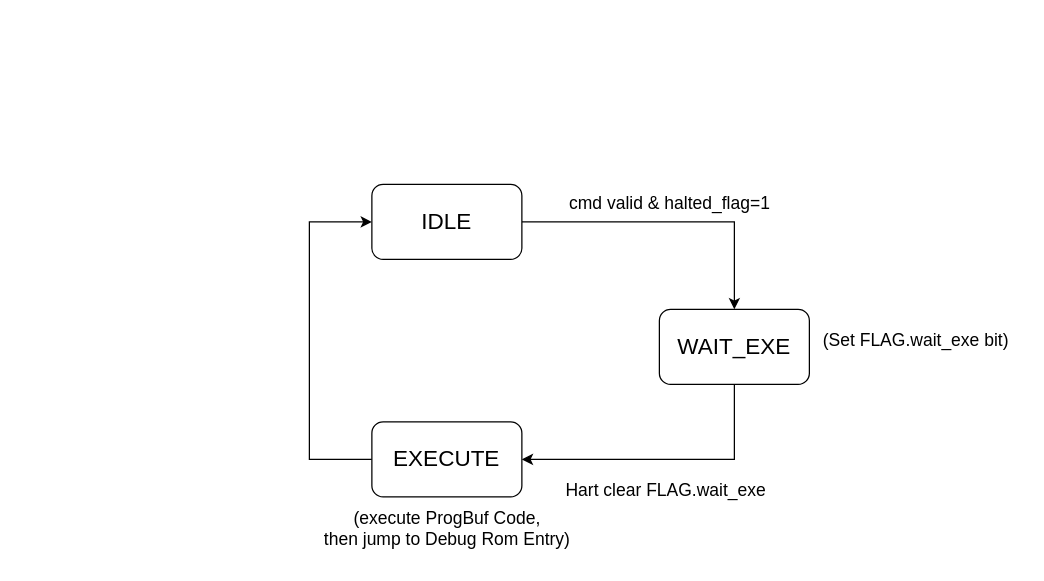
blin123/hdl keeps this draw.io diagram as 未命名绘图.drawio. Above is the earlier version. Source tidied: cells renumbered, new cells numbered last; positions are measured from the earlier drawing's top-left corner, leaving out a move shared by most shapes. Both pictures are drawn from the tidied source at 125%, with x=0, y=0 at pixel (309, 184).
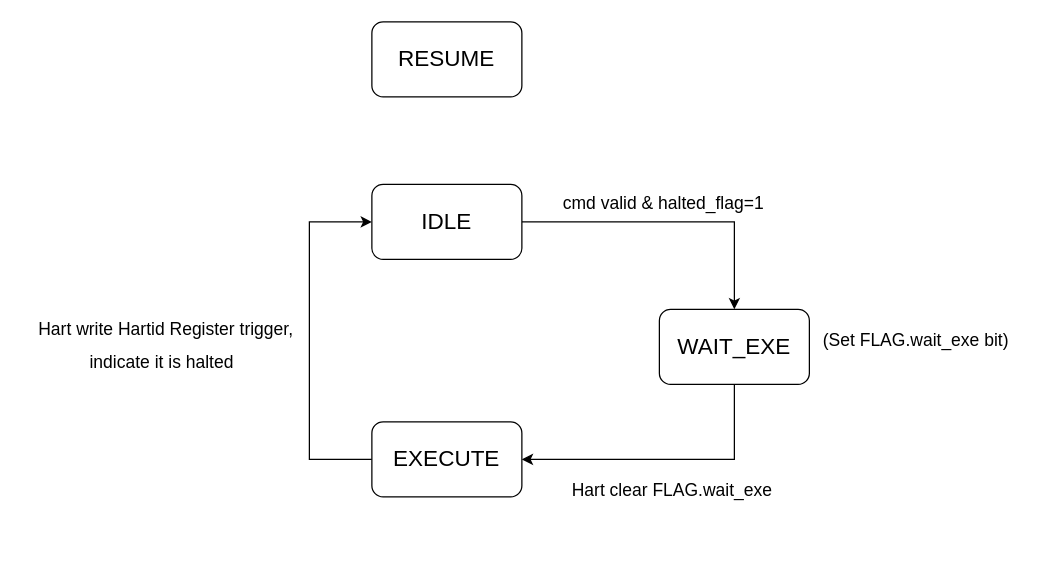
The same diagram, later.

Commit message (it also covers changes not shown here):
更新未命名绘图.drawio

Diff of the diagram source:
```diff
@@
 <mxGraphModel>
   <root>
     <mxCell id="0" />
     <mxCell id="1" parent="0" />
     <mxCell id="2" style="edgeStyle=orthogonalEdgeStyle;rounded=0;jettySize=auto;html=1;exitX=1;exitY=0.5;exitDx=0;exitDy=0;entryX=0.5;entryY=0;entryDx=0;entryDy=0;" parent="1" edge="1" source="3" target="5">
       <mxGeometry relative="1" as="geometry" />
     </mxCell>
     <mxCell id="3" value="&lt;font style=&quot;font-size: 18px;&quot;&gt;IDLE&lt;/font&gt;" style="rounded=1;whiteSpace=wrap;html=1;" parent="1" vertex="1">
       <mxGeometry x="50" width="120" height="60" as="geometry" />
     </mxCell>
     <mxCell id="4" style="edgeStyle=orthogonalEdgeStyle;rounded=0;jettySize=auto;html=1;entryX=1;entryY=0.5;entryDx=0;entryDy=0;" parent="1" edge="1" source="5" target="8">
       <mxGeometry relative="1" as="geometry">
         <Array as="points">
           <mxPoint x="340" y="220" />
         </Array>
       </mxGeometry>
     </mxCell>
     <mxCell id="5" value="&lt;font style=&quot;font-size: 18px;&quot;&gt;WAIT_EXE&lt;/font&gt;" style="rounded=1;whiteSpace=wrap;html=1;" parent="1" vertex="1">
       <mxGeometry x="280" y="100" width="120" height="60" as="geometry" />
     </mxCell>
     <mxCell id="6" value="&lt;font style=&quot;font-size: 14px;&quot;&gt;cmd valid &amp;amp; halted_flag=1&amp;nbsp;&lt;/font&gt;" style="text;html=1;align=center;verticalAlign=middle;strokeColor=none;fillColor=none;" parent="1" vertex="1">
-      <mxGeometry x="195" width="190" height="30" as="geometry" />
+      <mxGeometry x="190" width="190" height="30" as="geometry" />
     </mxCell>
     <mxCell id="7" style="edgeStyle=orthogonalEdgeStyle;rounded=0;jettySize=auto;html=1;exitX=0;exitY=0.5;exitDx=0;exitDy=0;entryX=0;entryY=0.5;entryDx=0;entryDy=0;" parent="1" edge="1" source="8" target="3">
       <mxGeometry relative="1" as="geometry">
         <Array as="points">
           <mxPoint y="220" />
           <mxPoint y="30" />
         </Array>
       </mxGeometry>
     </mxCell>
     <mxCell id="8" value="&lt;span style=&quot;font-size: 18px;&quot;&gt;EXECUTE&lt;/span&gt;" style="rounded=1;whiteSpace=wrap;html=1;" parent="1" vertex="1">
       <mxGeometry x="50" y="190" width="120" height="60" as="geometry" />
     </mxCell>
     <mxCell id="9" value="&lt;font style=&quot;font-size: 14px;&quot;&gt;Hart clear FLAG.wait_exe&lt;/font&gt;" style="text;html=1;align=center;verticalAlign=middle;strokeColor=none;fillColor=none;" parent="1" vertex="1">
-      <mxGeometry x="195" y="230" width="180" height="30" as="geometry" />
+      <mxGeometry x="200" y="230" width="180" height="30" as="geometry" />
     </mxCell>
-    <mxCell id="10" value="&lt;font style=&quot;font-size: 14px;&quot;&gt;(execute ProgBuf Code,&lt;/font&gt;&lt;div&gt;&lt;font style=&quot;font-size: 14px;&quot;&gt;then jump to Debug Rom Entry)&lt;/font&gt;&lt;/div&gt;" style="text;html=1;align=center;verticalAlign=middle;strokeColor=none;fillColor=none;" parent="1" vertex="1">
-      <mxGeometry y="250" width="220" height="50" as="geometry" />
-    </mxCell>
     <mxCell id="11" value="&lt;font style=&quot;font-size: 14px;&quot;&gt;(Set FLAG.wait_exe bit)&lt;/font&gt;" style="text;html=1;align=center;verticalAlign=middle;strokeColor=none;fillColor=none;" parent="1" vertex="1">
       <mxGeometry x="400" y="110" width="170" height="30" as="geometry" />
     </mxCell>
+    <mxCell id="12" value="&lt;font style=&quot;font-size: 14px;&quot;&gt;Ha&lt;/font&gt;&lt;font style=&quot;font-size: 14px;&quot;&gt;rt write Hartid Register trigger,&lt;/font&gt;&lt;div&gt;&lt;font style=&quot;&quot;&gt;&lt;font style=&quot;font-size: 14px;&quot;&gt;ind&lt;font style=&quot;&quot;&gt;icate it is halte&lt;/font&gt;d&lt;/font&gt;&lt;span style=&quot;font-size: 24px;&quot;&gt;&amp;nbsp;&lt;/span&gt;&lt;/font&gt;&lt;/div&gt;" style="text;html=1;align=center;verticalAlign=middle;strokeColor=none;fillColor=none;" parent="1" vertex="1">
+      <mxGeometry x="-230" y="100" width="230" height="60" as="geometry" />
+    </mxCell>
+    <mxCell id="13" value="&lt;font style=&quot;font-size: 18px;&quot;&gt;RESUME&lt;/font&gt;" style="rounded=1;whiteSpace=wrap;html=1;" parent="1" vertex="1">
+      <mxGeometry x="50" y="-130" width="120" height="60" as="geometry" />
+    </mxCell>
   </root>
 </mxGraphModel>
```
